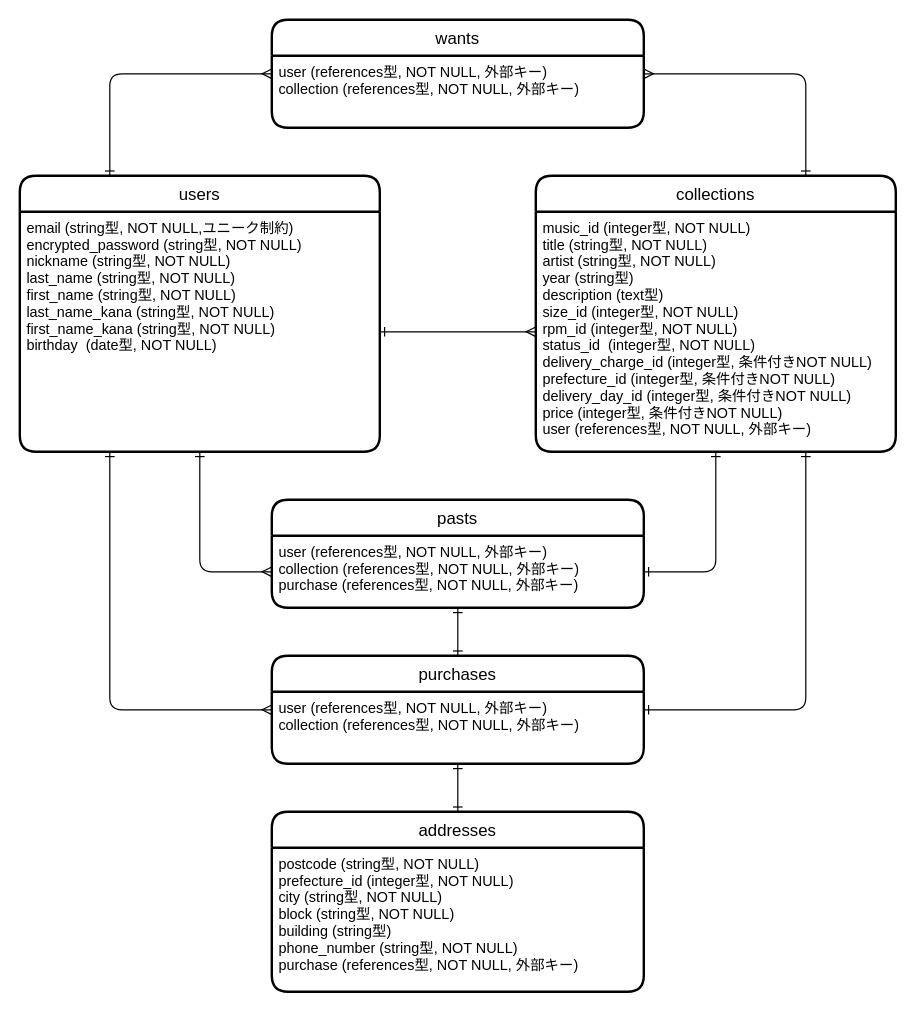
This is E R .dio from mimimiguchi/collection_of_record_junkies, a draw.io file, before an edit. Source tidied: cells renumbered, new cells numbered last; positions are measured from the earlier drawing's top-left corner, leaving out a move shared by most shapes. Both pictures are drawn from the tidied source at 120%, with x=0, y=0 at pixel (19, 19).
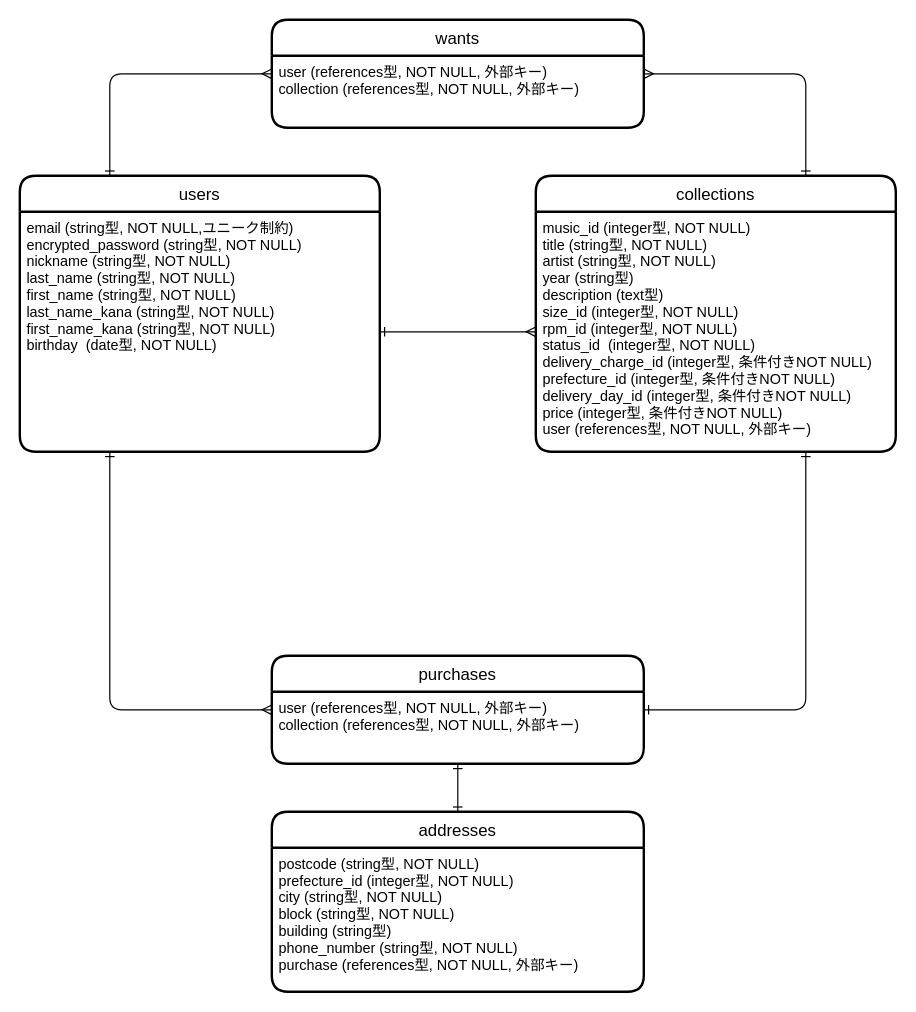
Above is the later version.

Commit message (it also covers changes not shown here):
ER図、READMEの修正

Unchanged cells that the change refers to:
```xml
<mxCell id="4" value="email (string型, NOT NULL,ユニーク制約)&#10;encrypted_password (string型, NOT NULL)&#10;nickname (string型, NOT NULL)&#10;last_name (string型, NOT NULL)&#10;first_name (string型, NOT NULL)&#10;last_name_kana (string型, NOT NULL)&#10;first_name_kana (string型, NOT NULL)&#10;birthday  (date型, NOT NULL)" style="align=left;strokeColor=none;fillColor=none;spacingLeft=4;fontSize=12;verticalAlign=top;" parent="3" vertex="1">
  <mxGeometry y="30" width="300" height="200" as="geometry" />
</mxCell>
<mxCell id="7" value="music_id (integer型, NOT NULL)&#10;title (string型, NOT NULL)&#10;artist (string型, NOT NULL)&#10;year (string型)&#10;description (text型)&#10;size_id (integer型, NOT NULL)&#10;rpm_id (integer型, NOT NULL)&#10;status_id  (integer型, NOT NULL)&#10;delivery_charge_id (integer型, 条件付きNOT NULL)&#10;prefecture_id (integer型, 条件付きNOT NULL)&#10;delivery_day_id (integer型, 条件付きNOT NULL)&#10;price (integer型, 条件付きNOT NULL)&#10;user (references型, NOT NULL, 外部キー)" style="align=left;strokeColor=none;fillColor=none;spacingLeft=4;fontSize=12;verticalAlign=top;" parent="6" vertex="1">
  <mxGeometry y="30" width="300" height="200" as="geometry" />
</mxCell>
<mxCell id="13" value="purchases" style="swimlane;horizontal=1;startSize=30;rounded=1;fontSize=14;fontStyle=0;strokeWidth=2;shadow=0;dashed=0;align=center;" parent="1" vertex="1">
  <mxGeometry x="210" y="530" width="310" height="90" as="geometry" />
</mxCell>
```

Diff of the diagram source:
```diff
@@
-    <mxCell id="10" value="pasts" style="swimlane;horizontal=1;startSize=30;rounded=1;fontSize=14;fontStyle=0;strokeWidth=2;shadow=0;dashed=0;align=center;" parent="1" vertex="1">
-      <mxGeometry x="210" y="400" width="310" height="90" as="geometry" />
-    </mxCell>
-    <mxCell id="11" value="user (references型, NOT NULL, 外部キー)&#10;collection (references型, NOT NULL, 外部キー)&#10;purchase (references型, NOT NULL, 外部キー)" style="align=left;strokeColor=none;fillColor=none;spacingLeft=4;fontSize=12;verticalAlign=top;" parent="10" vertex="1">
-      <mxGeometry y="30" width="310" height="60" as="geometry" />
-    </mxCell>
-    <mxCell id="12" style="edgeStyle=none;html=1;exitX=0.5;exitY=0;exitDx=0;exitDy=0;entryX=0.5;entryY=1;entryDx=0;entryDy=0;startArrow=ERone;startFill=0;endArrow=ERone;endFill=0;" parent="1" edge="1" source="13" target="11">
-      <mxGeometry relative="1" as="geometry" />
-    </mxCell>
@@
-    <mxCell id="18" style="edgeStyle=none;html=1;exitX=0.5;exitY=1;exitDx=0;exitDy=0;entryX=0;entryY=0.5;entryDx=0;entryDy=0;startArrow=ERone;startFill=0;endArrow=ERmany;endFill=0;" parent="1" edge="1" source="4" target="11">
-      <mxGeometry relative="1" as="geometry">
-        <Array as="points">
-          <mxPoint x="150" y="460" />
-        </Array>
-      </mxGeometry>
-    </mxCell>
@@
-    <mxCell id="20" style="edgeStyle=none;html=1;exitX=0.5;exitY=1;exitDx=0;exitDy=0;entryX=1;entryY=0.5;entryDx=0;entryDy=0;startArrow=ERone;startFill=0;endArrow=ERone;endFill=0;" parent="1" edge="1" source="7" target="11">
-      <mxGeometry relative="1" as="geometry">
-        <Array as="points">
-          <mxPoint x="580" y="460" />
-        </Array>
-      </mxGeometry>
-    </mxCell>
```
